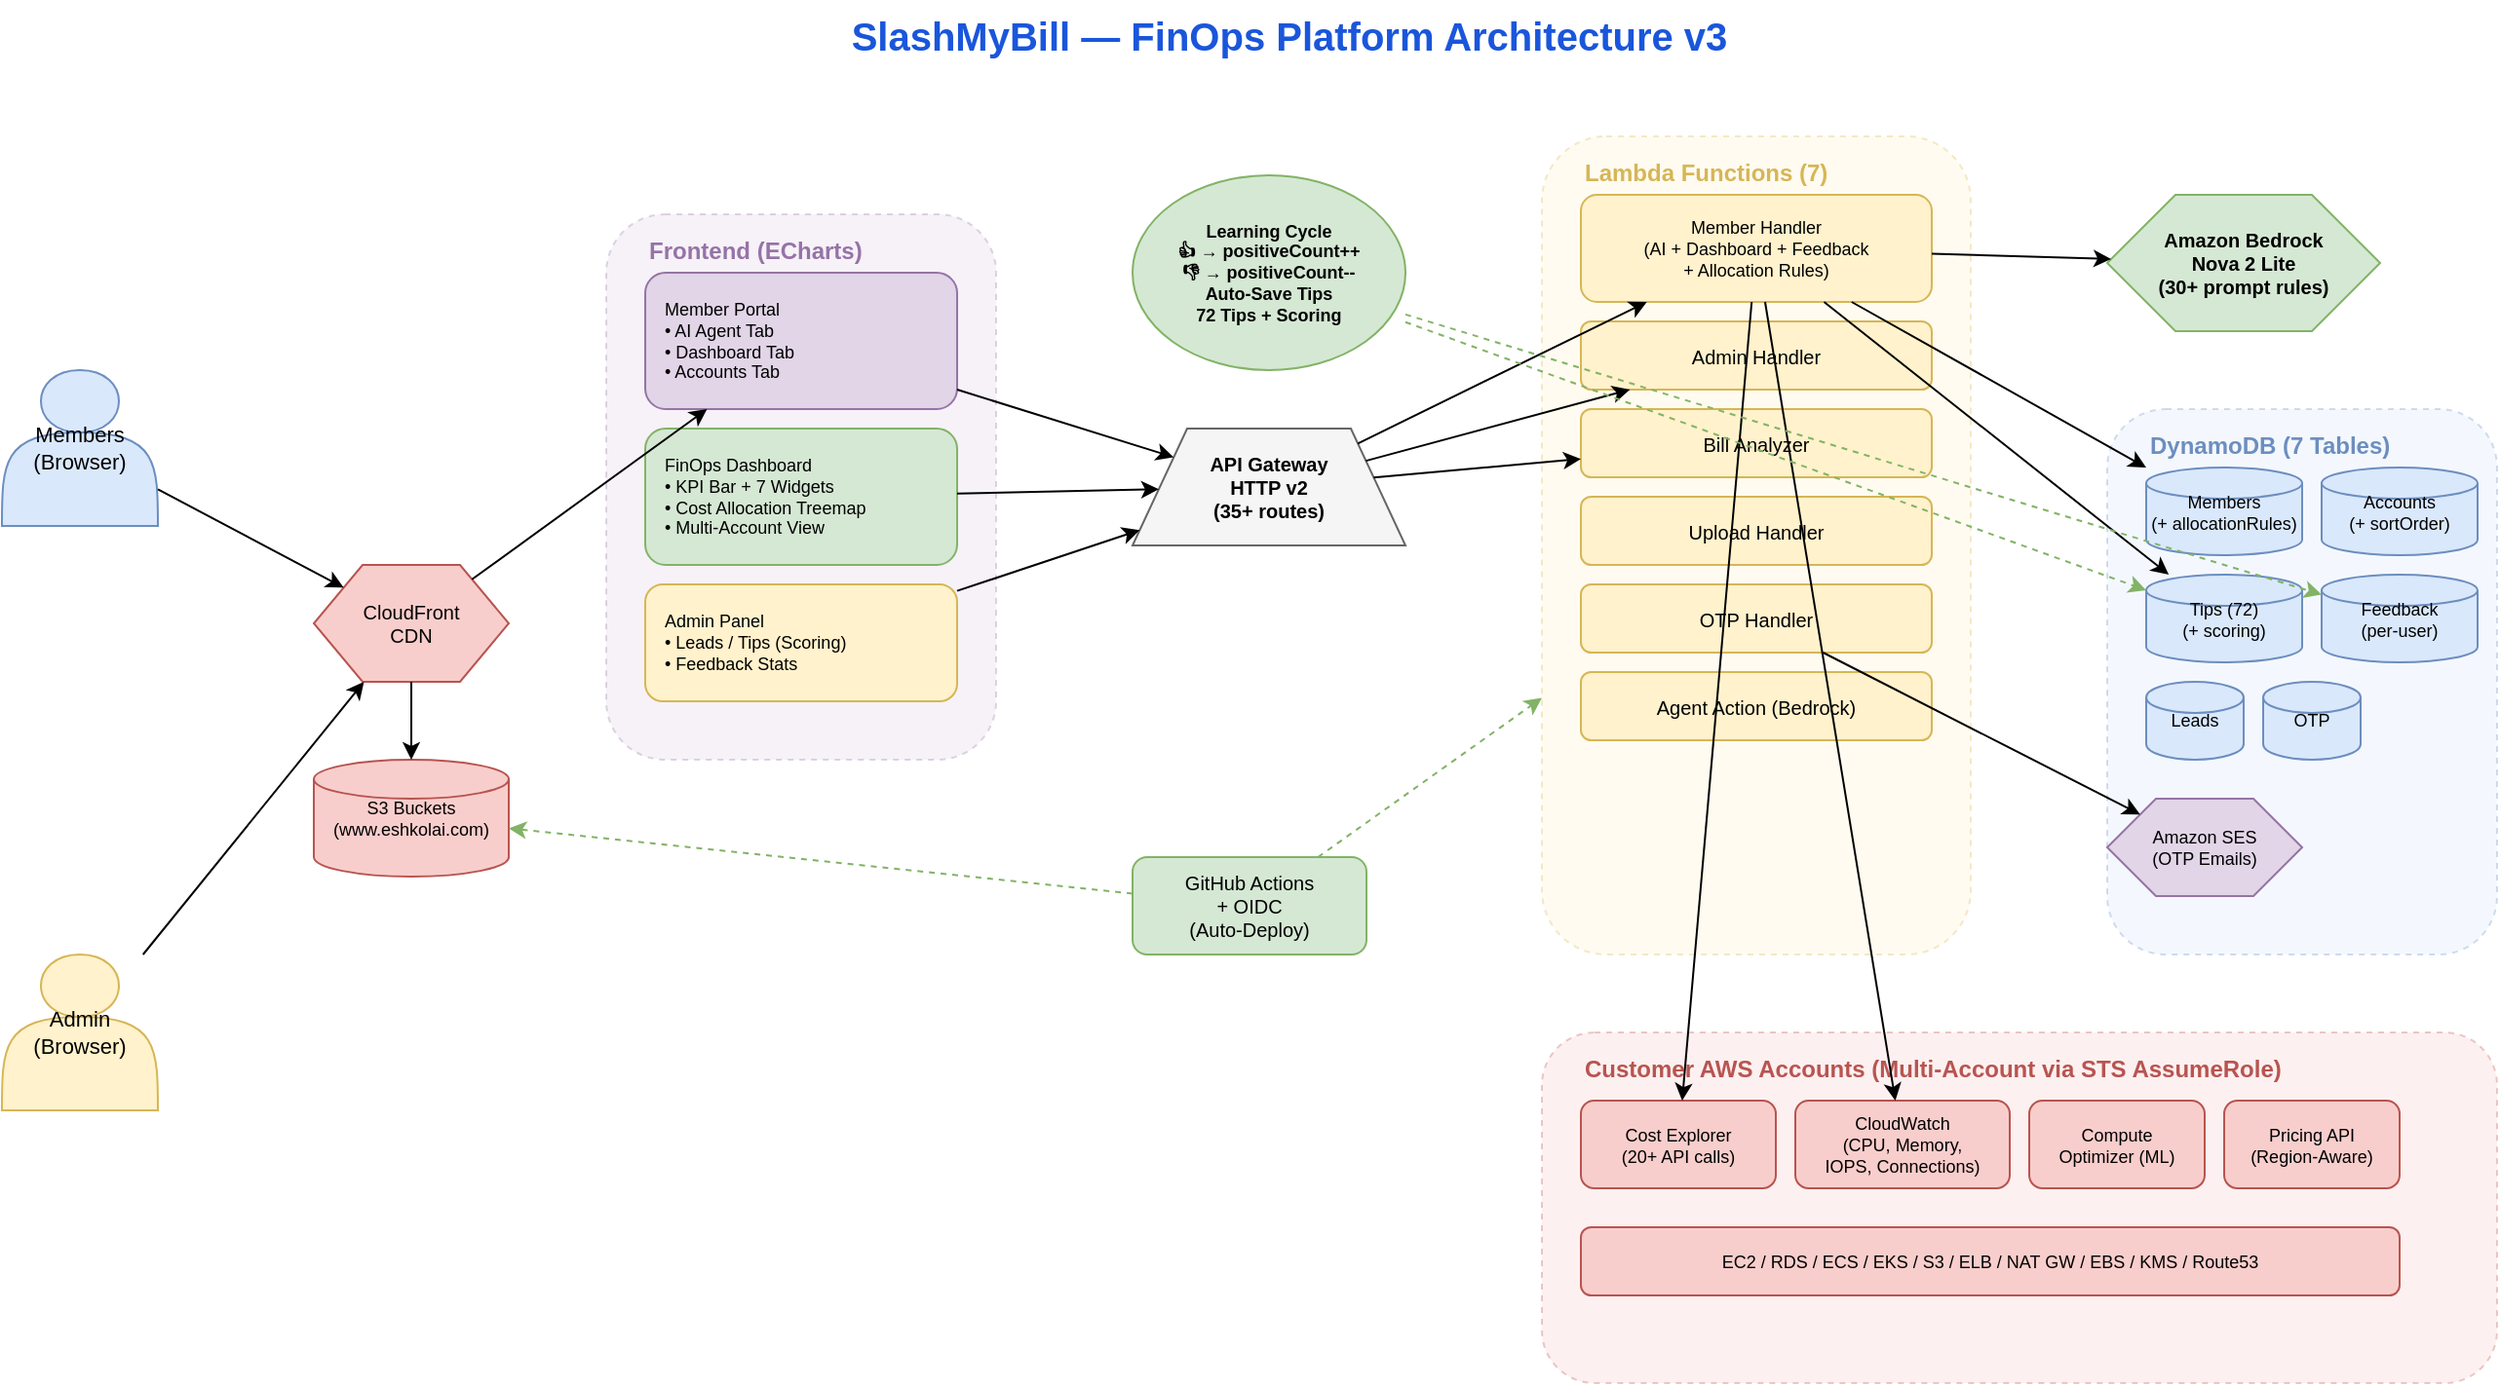
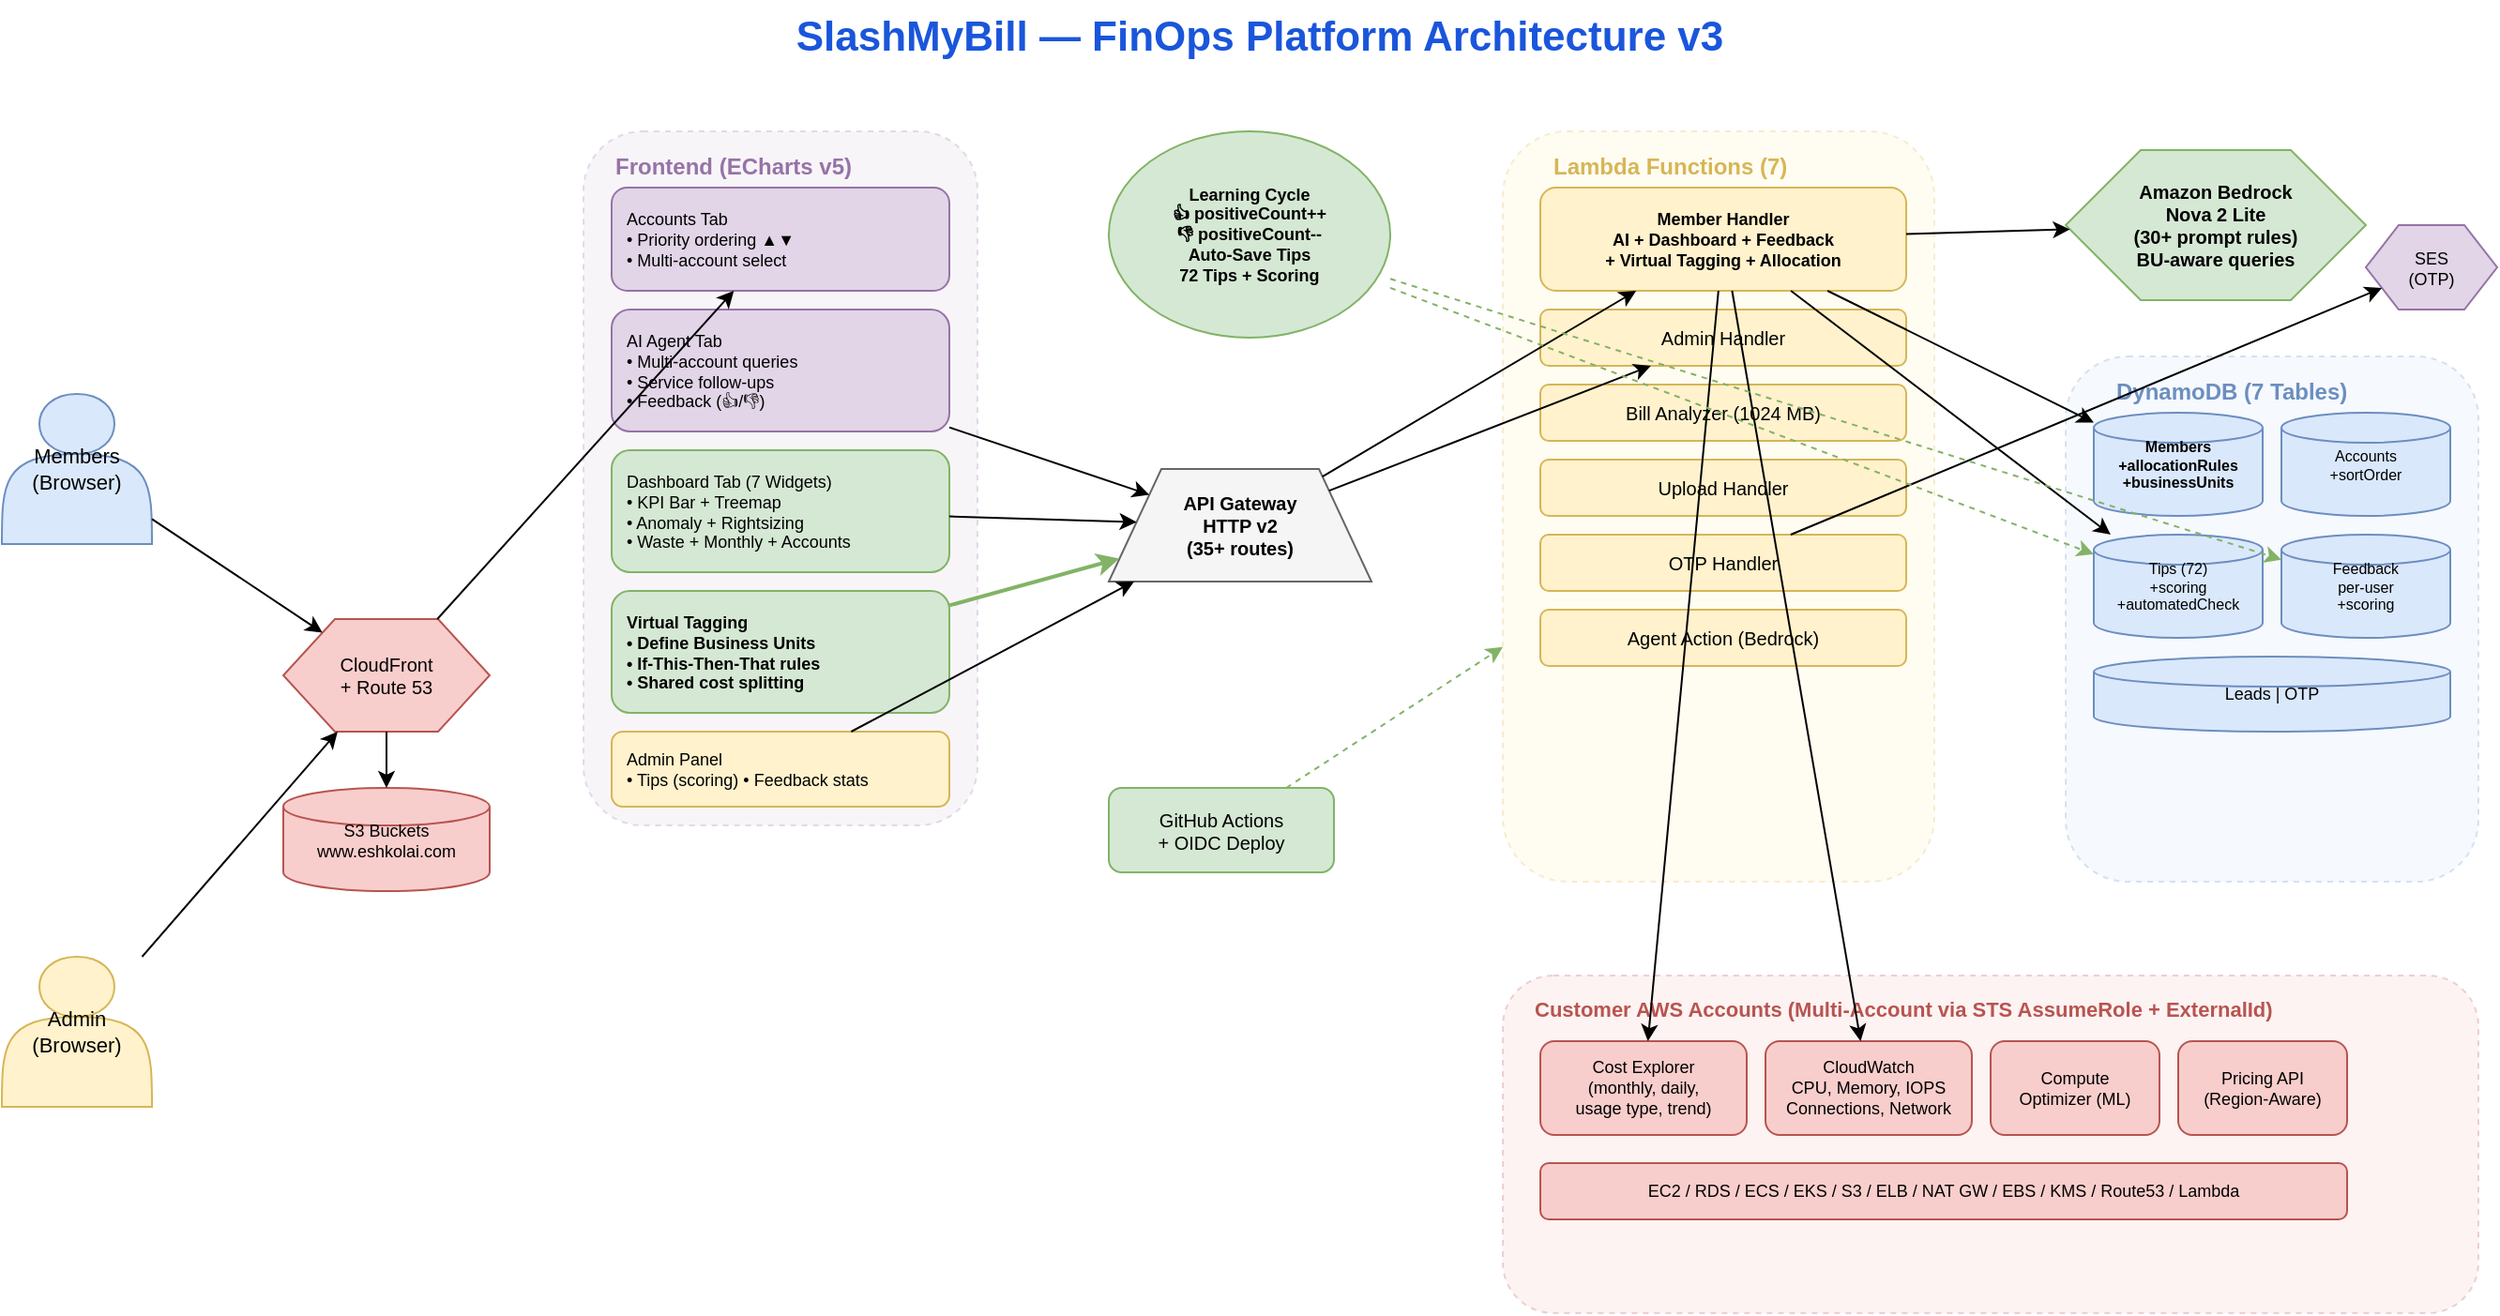
<?xml version="1.0" encoding="UTF-8"?>
<mxfile host="app.diagrams.net" modified="2026-04-08" agent="SlashMyBill" version="24.0">
  <diagram id="slashmybill-v3" name="SlashMyBill Architecture v3">
-     <mxGraphModel dx="1422" dy="762" grid="1" gridSize="10" guides="1" tooltips="1" connect="1" arrows="1" fold="1" page="1" pageScale="1" pageWidth="1600" pageHeight="1200" math="0" shadow="0">
+     <mxGraphModel dx="1500" dy="900" grid="1" gridSize="10" guides="1" tooltips="1" connect="1" arrows="1" fold="1" page="1" pageScale="1" pageWidth="1700" pageHeight="1300" math="0" shadow="0">
      <root>
        <mxCell id="0"/>
        <mxCell id="1" parent="0"/>
- 
-         <!-- Title -->
-         <mxCell id="title" value="SlashMyBill — FinOps Platform Architecture v3" style="text;html=1;fontSize=20;fontStyle=1;align=center;fillColor=none;strokeColor=none;fontColor=#1a56db;" vertex="1" parent="1">
-           <mxGeometry x="400" y="10" width="600" height="40" as="geometry"/>
+         <mxCell id="title" value="SlashMyBill — FinOps Platform Architecture v3" style="text;html=1;fontSize=22;fontStyle=1;align=center;fillColor=none;strokeColor=none;fontColor=#1a56db;" vertex="1" parent="1">
+           <mxGeometry x="350" y="10" width="700" height="40" as="geometry"/>
        </mxCell>

        <!-- Users -->
        <mxCell id="user" value="Members&#xa;(Browser)" style="shape=actor;whiteSpace=wrap;html=1;fillColor=#dae8fc;strokeColor=#6c8ebf;fontSize=11;" vertex="1" parent="1">
-           <mxGeometry x="40" y="200" width="80" height="80" as="geometry"/>
+           <mxGeometry x="30" y="220" width="80" height="80" as="geometry"/>
        </mxCell>
        <mxCell id="admin" value="Admin&#xa;(Browser)" style="shape=actor;whiteSpace=wrap;html=1;fillColor=#fff2cc;strokeColor=#d6b656;fontSize=11;" vertex="1" parent="1">
-           <mxGeometry x="40" y="500" width="80" height="80" as="geometry"/>
+           <mxGeometry x="30" y="520" width="80" height="80" as="geometry"/>
        </mxCell>

-         <!-- CloudFront + S3 -->
-         <mxCell id="cf" value="CloudFront&#xa;CDN" style="shape=hexagon;perimeter=hexagonPerimeter2;whiteSpace=wrap;html=1;fillColor=#f8cecc;strokeColor=#b85450;fontSize=10;" vertex="1" parent="1">
-           <mxGeometry x="200" y="300" width="100" height="60" as="geometry"/>
+         <!-- CloudFront -->
+         <mxCell id="cf" value="CloudFront&#xa;+ Route 53" style="shape=hexagon;perimeter=hexagonPerimeter2;whiteSpace=wrap;html=1;fillColor=#f8cecc;strokeColor=#b85450;fontSize=10;" vertex="1" parent="1">
+           <mxGeometry x="180" y="340" width="110" height="60" as="geometry"/>
        </mxCell>
-         <mxCell id="s3web" value="S3 Buckets&#xa;(www.eshkolai.com)" style="shape=cylinder3;whiteSpace=wrap;html=1;fillColor=#f8cecc;strokeColor=#b85450;fontSize=9;size=10;" vertex="1" parent="1">
-           <mxGeometry x="200" y="400" width="100" height="60" as="geometry"/>
+         <mxCell id="s3web" value="S3 Buckets&#xa;www.eshkolai.com" style="shape=cylinder3;whiteSpace=wrap;html=1;fillColor=#f8cecc;strokeColor=#b85450;fontSize=9;size=10;" vertex="1" parent="1">
+           <mxGeometry x="180" y="430" width="110" height="55" as="geometry"/>
        </mxCell>

-         <!-- Frontend Apps -->
-         <mxCell id="fe_group" value="" style="rounded=1;whiteSpace=wrap;html=1;fillColor=#e1d5e7;strokeColor=#9673a6;dashed=1;opacity=30;" vertex="1" parent="1">
-           <mxGeometry x="350" y="120" width="200" height="280" as="geometry"/>
+         <!-- Frontend -->
+         <mxCell id="fe_box" value="" style="rounded=1;whiteSpace=wrap;html=1;fillColor=#e1d5e7;strokeColor=#9673a6;dashed=1;opacity=25;" vertex="1" parent="1">
+           <mxGeometry x="340" y="80" width="210" height="370" as="geometry"/>
        </mxCell>
-         <mxCell id="fe_label" value="Frontend (ECharts)" style="text;html=1;fontSize=12;fontStyle=1;fillColor=none;strokeColor=none;fontColor=#9673a6;" vertex="1" parent="1">
-           <mxGeometry x="370" y="125" width="160" height="20" as="geometry"/>
+         <mxCell id="fe_lbl" value="Frontend (ECharts v5)" style="text;html=1;fontSize=12;fontStyle=1;fillColor=none;strokeColor=none;fontColor=#9673a6;" vertex="1" parent="1">
+           <mxGeometry x="355" y="85" width="180" height="20" as="geometry"/>
        </mxCell>
-         <mxCell id="fe_member" value="Member Portal&#xa;• AI Agent Tab&#xa;• Dashboard Tab&#xa;• Accounts Tab" style="rounded=1;whiteSpace=wrap;html=1;fillColor=#e1d5e7;strokeColor=#9673a6;fontSize=9;align=left;spacingLeft=8;" vertex="1" parent="1">
-           <mxGeometry x="370" y="150" width="160" height="70" as="geometry"/>
+         <mxCell id="fe_acct" value="Accounts Tab&#xa;• Priority ordering ▲▼&#xa;• Multi-account select" style="rounded=1;whiteSpace=wrap;html=1;fillColor=#e1d5e7;strokeColor=#9673a6;fontSize=9;align=left;spacingLeft=6;" vertex="1" parent="1">
+           <mxGeometry x="355" y="110" width="180" height="55" as="geometry"/>
        </mxCell>
-         <mxCell id="fe_dash" value="FinOps Dashboard&#xa;• KPI Bar + 7 Widgets&#xa;• Cost Allocation Treemap&#xa;• Multi-Account View" style="rounded=1;whiteSpace=wrap;html=1;fillColor=#d5e8d4;strokeColor=#82b366;fontSize=9;align=left;spacingLeft=8;" vertex="1" parent="1">
-           <mxGeometry x="370" y="230" width="160" height="70" as="geometry"/>
+         <mxCell id="fe_ai" value="AI Agent Tab&#xa;• Multi-account queries&#xa;• Service follow-ups&#xa;• Feedback (👍/👎)" style="rounded=1;whiteSpace=wrap;html=1;fillColor=#e1d5e7;strokeColor=#9673a6;fontSize=9;align=left;spacingLeft=6;" vertex="1" parent="1">
+           <mxGeometry x="355" y="175" width="180" height="65" as="geometry"/>
        </mxCell>
-         <mxCell id="fe_admin" value="Admin Panel&#xa;• Leads / Tips (Scoring)&#xa;• Feedback Stats" style="rounded=1;whiteSpace=wrap;html=1;fillColor=#fff2cc;strokeColor=#d6b656;fontSize=9;align=left;spacingLeft=8;" vertex="1" parent="1">
-           <mxGeometry x="370" y="310" width="160" height="60" as="geometry"/>
+         <mxCell id="fe_dash" value="Dashboard Tab (7 Widgets)&#xa;• KPI Bar + Treemap&#xa;• Anomaly + Rightsizing&#xa;• Waste + Monthly + Accounts" style="rounded=1;whiteSpace=wrap;html=1;fillColor=#d5e8d4;strokeColor=#82b366;fontSize=9;align=left;spacingLeft=6;" vertex="1" parent="1">
+           <mxGeometry x="355" y="250" width="180" height="65" as="geometry"/>
+         </mxCell>
+         <mxCell id="fe_vtag" value="Virtual Tagging&#xa;• Define Business Units&#xa;• If-This-Then-That rules&#xa;• Shared cost splitting" style="rounded=1;whiteSpace=wrap;html=1;fillColor=#d5e8d4;strokeColor=#82b366;fontSize=9;align=left;spacingLeft=6;fontStyle=1;" vertex="1" parent="1">
+           <mxGeometry x="355" y="325" width="180" height="65" as="geometry"/>
+         </mxCell>
+         <mxCell id="fe_admin" value="Admin Panel&#xa;• Tips (scoring) • Feedback stats" style="rounded=1;whiteSpace=wrap;html=1;fillColor=#fff2cc;strokeColor=#d6b656;fontSize=9;align=left;spacingLeft=6;" vertex="1" parent="1">
+           <mxGeometry x="355" y="400" width="180" height="40" as="geometry"/>
        </mxCell>

        <!-- API Gateway -->
        <mxCell id="apigw" value="API Gateway&#xa;HTTP v2&#xa;(35+ routes)" style="shape=trapezoid;perimeter=trapezoidPerimeter;whiteSpace=wrap;html=1;fillColor=#f5f5f5;strokeColor=#666666;fontSize=10;fontStyle=1;" vertex="1" parent="1">
-           <mxGeometry x="620" y="230" width="140" height="60" as="geometry"/>
+           <mxGeometry x="620" y="260" width="140" height="60" as="geometry"/>
        </mxCell>

-         <!-- Lambda Functions -->
-         <mxCell id="lam_group" value="" style="rounded=1;whiteSpace=wrap;html=1;fillColor=#fff2cc;strokeColor=#d6b656;dashed=1;opacity=30;" vertex="1" parent="1">
-           <mxGeometry x="830" y="80" width="220" height="420" as="geometry"/>
+         <!-- Lambda -->
+         <mxCell id="lam_box" value="" style="rounded=1;whiteSpace=wrap;html=1;fillColor=#fff2cc;strokeColor=#d6b656;dashed=1;opacity=25;" vertex="1" parent="1">
+           <mxGeometry x="830" y="80" width="230" height="400" as="geometry"/>
        </mxCell>
-         <mxCell id="lam_label" value="Lambda Functions (7)" style="text;html=1;fontSize=12;fontStyle=1;fillColor=none;strokeColor=none;fontColor=#d6b656;" vertex="1" parent="1">
-           <mxGeometry x="850" y="85" width="180" height="20" as="geometry"/>
+         <mxCell id="lam_lbl" value="Lambda Functions (7)" style="text;html=1;fontSize=12;fontStyle=1;fillColor=none;strokeColor=none;fontColor=#d6b656;" vertex="1" parent="1">
+           <mxGeometry x="855" y="85" width="180" height="20" as="geometry"/>
        </mxCell>
-         <mxCell id="lam_member" value="Member Handler&#xa;(AI + Dashboard + Feedback&#xa;+ Allocation Rules)" style="rounded=1;whiteSpace=wrap;html=1;fillColor=#fff2cc;strokeColor=#d6b656;fontSize=9;" vertex="1" parent="1">
-           <mxGeometry x="850" y="110" width="180" height="55" as="geometry"/>
+         <mxCell id="lam_mem" value="Member Handler&#xa;AI + Dashboard + Feedback&#xa;+ Virtual Tagging + Allocation" style="rounded=1;whiteSpace=wrap;html=1;fillColor=#fff2cc;strokeColor=#d6b656;fontSize=9;fontStyle=1;" vertex="1" parent="1">
+           <mxGeometry x="850" y="110" width="195" height="55" as="geometry"/>
        </mxCell>
-         <mxCell id="lam_admin" value="Admin Handler" style="rounded=1;whiteSpace=wrap;html=1;fillColor=#fff2cc;strokeColor=#d6b656;fontSize=10;" vertex="1" parent="1">
-           <mxGeometry x="850" y="175" width="180" height="35" as="geometry"/>
+         <mxCell id="lam_adm" value="Admin Handler" style="rounded=1;whiteSpace=wrap;html=1;fillColor=#fff2cc;strokeColor=#d6b656;fontSize=10;" vertex="1" parent="1">
+           <mxGeometry x="850" y="175" width="195" height="30" as="geometry"/>
        </mxCell>
-         <mxCell id="lam_bill" value="Bill Analyzer" style="rounded=1;whiteSpace=wrap;html=1;fillColor=#fff2cc;strokeColor=#d6b656;fontSize=10;" vertex="1" parent="1">
-           <mxGeometry x="850" y="220" width="180" height="35" as="geometry"/>
+         <mxCell id="lam_bill" value="Bill Analyzer (1024 MB)" style="rounded=1;whiteSpace=wrap;html=1;fillColor=#fff2cc;strokeColor=#d6b656;fontSize=10;" vertex="1" parent="1">
+           <mxGeometry x="850" y="215" width="195" height="30" as="geometry"/>
        </mxCell>
-         <mxCell id="lam_upload" value="Upload Handler" style="rounded=1;whiteSpace=wrap;html=1;fillColor=#fff2cc;strokeColor=#d6b656;fontSize=10;" vertex="1" parent="1">
-           <mxGeometry x="850" y="265" width="180" height="35" as="geometry"/>
+         <mxCell id="lam_upl" value="Upload Handler" style="rounded=1;whiteSpace=wrap;html=1;fillColor=#fff2cc;strokeColor=#d6b656;fontSize=10;" vertex="1" parent="1">
+           <mxGeometry x="850" y="255" width="195" height="30" as="geometry"/>
        </mxCell>
        <mxCell id="lam_otp" value="OTP Handler" style="rounded=1;whiteSpace=wrap;html=1;fillColor=#fff2cc;strokeColor=#d6b656;fontSize=10;" vertex="1" parent="1">
-           <mxGeometry x="850" y="310" width="180" height="35" as="geometry"/>
+           <mxGeometry x="850" y="295" width="195" height="30" as="geometry"/>
        </mxCell>
-         <mxCell id="lam_agent" value="Agent Action (Bedrock)" style="rounded=1;whiteSpace=wrap;html=1;fillColor=#fff2cc;strokeColor=#d6b656;fontSize=10;" vertex="1" parent="1">
-           <mxGeometry x="850" y="355" width="180" height="35" as="geometry"/>
+         <mxCell id="lam_agt" value="Agent Action (Bedrock)" style="rounded=1;whiteSpace=wrap;html=1;fillColor=#fff2cc;strokeColor=#d6b656;fontSize=10;" vertex="1" parent="1">
+           <mxGeometry x="850" y="335" width="195" height="30" as="geometry"/>
        </mxCell>

-         <!-- AI Engine -->
-         <mxCell id="bedrock" value="Amazon Bedrock&#xa;Nova 2 Lite&#xa;(30+ prompt rules)" style="shape=hexagon;perimeter=hexagonPerimeter2;whiteSpace=wrap;html=1;fillColor=#d5e8d4;strokeColor=#82b366;fontSize=10;fontStyle=1;" vertex="1" parent="1">
-           <mxGeometry x="1120" y="110" width="140" height="70" as="geometry"/>
+         <!-- Bedrock -->
+         <mxCell id="bedrock" value="Amazon Bedrock&#xa;Nova 2 Lite&#xa;(30+ prompt rules)&#xa;BU-aware queries" style="shape=hexagon;perimeter=hexagonPerimeter2;whiteSpace=wrap;html=1;fillColor=#d5e8d4;strokeColor=#82b366;fontSize=10;fontStyle=1;" vertex="1" parent="1">
+           <mxGeometry x="1130" y="90" width="160" height="80" as="geometry"/>
        </mxCell>

-         <!-- DynamoDB Tables -->
-         <mxCell id="ddb_group" value="" style="rounded=1;whiteSpace=wrap;html=1;fillColor=#dae8fc;strokeColor=#6c8ebf;dashed=1;opacity=30;" vertex="1" parent="1">
-           <mxGeometry x="1120" y="220" width="200" height="280" as="geometry"/>
+         <!-- DynamoDB -->
+         <mxCell id="ddb_box" value="" style="rounded=1;whiteSpace=wrap;html=1;fillColor=#dae8fc;strokeColor=#6c8ebf;dashed=1;opacity=25;" vertex="1" parent="1">
+           <mxGeometry x="1130" y="200" width="220" height="280" as="geometry"/>
        </mxCell>
-         <mxCell id="ddb_label" value="DynamoDB (7 Tables)" style="text;html=1;fontSize=12;fontStyle=1;fillColor=none;strokeColor=none;fontColor=#6c8ebf;" vertex="1" parent="1">
-           <mxGeometry x="1140" y="225" width="160" height="20" as="geometry"/>
+         <mxCell id="ddb_lbl" value="DynamoDB (7 Tables)" style="text;html=1;fontSize=12;fontStyle=1;fillColor=none;strokeColor=none;fontColor=#6c8ebf;" vertex="1" parent="1">
+           <mxGeometry x="1155" y="205" width="170" height="20" as="geometry"/>
        </mxCell>
-         <mxCell id="ddb_members" value="Members&#xa;(+ allocationRules)" style="shape=cylinder3;whiteSpace=wrap;html=1;fillColor=#dae8fc;strokeColor=#6c8ebf;fontSize=9;size=8;" vertex="1" parent="1">
-           <mxGeometry x="1140" y="250" width="80" height="45" as="geometry"/>
+         <mxCell id="ddb_mem" value="Members&#xa;+allocationRules&#xa;+businessUnits" style="shape=cylinder3;whiteSpace=wrap;html=1;fillColor=#dae8fc;strokeColor=#6c8ebf;fontSize=8;size=8;fontStyle=1;" vertex="1" parent="1">
+           <mxGeometry x="1145" y="230" width="90" height="55" as="geometry"/>
        </mxCell>
-         <mxCell id="ddb_accounts" value="Accounts&#xa;(+ sortOrder)" style="shape=cylinder3;whiteSpace=wrap;html=1;fillColor=#dae8fc;strokeColor=#6c8ebf;fontSize=9;size=8;" vertex="1" parent="1">
-           <mxGeometry x="1230" y="250" width="80" height="45" as="geometry"/>
+         <mxCell id="ddb_acc" value="Accounts&#xa;+sortOrder" style="shape=cylinder3;whiteSpace=wrap;html=1;fillColor=#dae8fc;strokeColor=#6c8ebf;fontSize=8;size=8;" vertex="1" parent="1">
+           <mxGeometry x="1245" y="230" width="90" height="55" as="geometry"/>
        </mxCell>
-         <mxCell id="ddb_tips" value="Tips (72)&#xa;(+ scoring)" style="shape=cylinder3;whiteSpace=wrap;html=1;fillColor=#dae8fc;strokeColor=#6c8ebf;fontSize=9;size=8;" vertex="1" parent="1">
-           <mxGeometry x="1140" y="305" width="80" height="45" as="geometry"/>
+         <mxCell id="ddb_tip" value="Tips (72)&#xa;+scoring&#xa;+automatedCheck" style="shape=cylinder3;whiteSpace=wrap;html=1;fillColor=#dae8fc;strokeColor=#6c8ebf;fontSize=8;size=8;" vertex="1" parent="1">
+           <mxGeometry x="1145" y="295" width="90" height="55" as="geometry"/>
        </mxCell>
-         <mxCell id="ddb_feedback" value="Feedback&#xa;(per-user)" style="shape=cylinder3;whiteSpace=wrap;html=1;fillColor=#dae8fc;strokeColor=#6c8ebf;fontSize=9;size=8;" vertex="1" parent="1">
-           <mxGeometry x="1230" y="305" width="80" height="45" as="geometry"/>
+         <mxCell id="ddb_fb" value="Feedback&#xa;per-user&#xa;+scoring" style="shape=cylinder3;whiteSpace=wrap;html=1;fillColor=#dae8fc;strokeColor=#6c8ebf;fontSize=8;size=8;" vertex="1" parent="1">
+           <mxGeometry x="1245" y="295" width="90" height="55" as="geometry"/>
        </mxCell>
-         <mxCell id="ddb_leads" value="Leads" style="shape=cylinder3;whiteSpace=wrap;html=1;fillColor=#dae8fc;strokeColor=#6c8ebf;fontSize=9;size=8;" vertex="1" parent="1">
-           <mxGeometry x="1140" y="360" width="50" height="40" as="geometry"/>
-         </mxCell>
-         <mxCell id="ddb_otp" value="OTP" style="shape=cylinder3;whiteSpace=wrap;html=1;fillColor=#dae8fc;strokeColor=#6c8ebf;fontSize=9;size=8;" vertex="1" parent="1">
-           <mxGeometry x="1200" y="360" width="50" height="40" as="geometry"/>
+         <mxCell id="ddb_oth" value="Leads | OTP" style="shape=cylinder3;whiteSpace=wrap;html=1;fillColor=#dae8fc;strokeColor=#6c8ebf;fontSize=9;size=8;" vertex="1" parent="1">
+           <mxGeometry x="1145" y="360" width="190" height="40" as="geometry"/>
        </mxCell>

-         <!-- Customer AWS Accounts -->
-         <mxCell id="cust_group" value="" style="rounded=1;whiteSpace=wrap;html=1;fillColor=#f8cecc;strokeColor=#b85450;dashed=1;opacity=30;" vertex="1" parent="1">
-           <mxGeometry x="830" y="540" width="490" height="180" as="geometry"/>
+         <!-- Customer AWS -->
+         <mxCell id="cust_box" value="" style="rounded=1;whiteSpace=wrap;html=1;fillColor=#f8cecc;strokeColor=#b85450;dashed=1;opacity=25;" vertex="1" parent="1">
+           <mxGeometry x="830" y="530" width="520" height="180" as="geometry"/>
        </mxCell>
-         <mxCell id="cust_label" value="Customer AWS Accounts (Multi-Account via STS AssumeRole)" style="text;html=1;fontSize=12;fontStyle=1;fillColor=none;strokeColor=none;fontColor=#b85450;" vertex="1" parent="1">
-           <mxGeometry x="850" y="545" width="450" height="20" as="geometry"/>
+         <mxCell id="cust_lbl" value="Customer AWS Accounts (Multi-Account via STS AssumeRole + ExternalId)" style="text;html=1;fontSize=11;fontStyle=1;fillColor=none;strokeColor=none;fontColor=#b85450;" vertex="1" parent="1">
+           <mxGeometry x="845" y="535" width="490" height="20" as="geometry"/>
        </mxCell>
-         <mxCell id="cust_ce" value="Cost Explorer&#xa;(20+ API calls)" style="rounded=1;whiteSpace=wrap;html=1;fillColor=#f8cecc;strokeColor=#b85450;fontSize=9;" vertex="1" parent="1">
-           <mxGeometry x="850" y="575" width="100" height="45" as="geometry"/>
+         <mxCell id="cust_ce" value="Cost Explorer&#xa;(monthly, daily,&#xa;usage type, trend)" style="rounded=1;whiteSpace=wrap;html=1;fillColor=#f8cecc;strokeColor=#b85450;fontSize=9;" vertex="1" parent="1">
+           <mxGeometry x="850" y="565" width="110" height="50" as="geometry"/>
        </mxCell>
-         <mxCell id="cust_cw" value="CloudWatch&#xa;(CPU, Memory,&#xa;IOPS, Connections)" style="rounded=1;whiteSpace=wrap;html=1;fillColor=#f8cecc;strokeColor=#b85450;fontSize=9;" vertex="1" parent="1">
-           <mxGeometry x="960" y="575" width="110" height="45" as="geometry"/>
+         <mxCell id="cust_cw" value="CloudWatch&#xa;CPU, Memory, IOPS&#xa;Connections, Network" style="rounded=1;whiteSpace=wrap;html=1;fillColor=#f8cecc;strokeColor=#b85450;fontSize=9;" vertex="1" parent="1">
+           <mxGeometry x="970" y="565" width="110" height="50" as="geometry"/>
        </mxCell>
        <mxCell id="cust_co" value="Compute&#xa;Optimizer (ML)" style="rounded=1;whiteSpace=wrap;html=1;fillColor=#f8cecc;strokeColor=#b85450;fontSize=9;" vertex="1" parent="1">
-           <mxGeometry x="1080" y="575" width="90" height="45" as="geometry"/>
+           <mxGeometry x="1090" y="565" width="90" height="50" as="geometry"/>
        </mxCell>
-         <mxCell id="cust_pricing" value="Pricing API&#xa;(Region-Aware)" style="rounded=1;whiteSpace=wrap;html=1;fillColor=#f8cecc;strokeColor=#b85450;fontSize=9;" vertex="1" parent="1">
-           <mxGeometry x="1180" y="575" width="90" height="45" as="geometry"/>
+         <mxCell id="cust_pr" value="Pricing API&#xa;(Region-Aware)" style="rounded=1;whiteSpace=wrap;html=1;fillColor=#f8cecc;strokeColor=#b85450;fontSize=9;" vertex="1" parent="1">
+           <mxGeometry x="1190" y="565" width="90" height="50" as="geometry"/>
        </mxCell>
-         <mxCell id="cust_ec2" value="EC2 / RDS / ECS / EKS / S3 / ELB / NAT GW / EBS / KMS / Route53" style="rounded=1;whiteSpace=wrap;html=1;fillColor=#f8cecc;strokeColor=#b85450;fontSize=9;" vertex="1" parent="1">
-           <mxGeometry x="850" y="640" width="420" height="35" as="geometry"/>
+         <mxCell id="cust_svc" value="EC2 / RDS / ECS / EKS / S3 / ELB / NAT GW / EBS / KMS / Route53 / Lambda" style="rounded=1;whiteSpace=wrap;html=1;fillColor=#f8cecc;strokeColor=#b85450;fontSize=9;" vertex="1" parent="1">
+           <mxGeometry x="850" y="630" width="430" height="30" as="geometry"/>
        </mxCell>

        <!-- SES -->
-         <mxCell id="ses" value="Amazon SES&#xa;(OTP Emails)" style="shape=hexagon;perimeter=hexagonPerimeter2;whiteSpace=wrap;html=1;fillColor=#e1d5e7;strokeColor=#9673a6;fontSize=9;" vertex="1" parent="1">
-           <mxGeometry x="1120" y="420" width="100" height="50" as="geometry"/>
+         <mxCell id="ses" value="SES&#xa;(OTP)" style="shape=hexagon;perimeter=hexagonPerimeter2;whiteSpace=wrap;html=1;fillColor=#e1d5e7;strokeColor=#9673a6;fontSize=9;" vertex="1" parent="1">
+           <mxGeometry x="1290" y="130" width="70" height="45" as="geometry"/>
+         </mxCell>
+ 
+         <!-- Learning Cycle -->
+         <mxCell id="learn" value="Learning Cycle&#xa;👍 positiveCount++&#xa;👎 positiveCount--&#xa;Auto-Save Tips&#xa;72 Tips + Scoring" style="shape=ellipse;whiteSpace=wrap;html=1;fillColor=#d5e8d4;strokeColor=#82b366;fontSize=9;fontStyle=1;" vertex="1" parent="1">
+           <mxGeometry x="620" y="80" width="150" height="110" as="geometry"/>
        </mxCell>

        <!-- CI/CD -->
-         <mxCell id="cicd" value="GitHub Actions&#xa;+ OIDC&#xa;(Auto-Deploy)" style="rounded=1;whiteSpace=wrap;html=1;fillColor=#d5e8d4;strokeColor=#82b366;fontSize=10;" vertex="1" parent="1">
-           <mxGeometry x="620" y="450" width="120" height="50" as="geometry"/>
-         </mxCell>
- 
-         <!-- Learning Cycle -->
-         <mxCell id="learning" value="Learning Cycle&#xa;👍 → positiveCount++&#xa;👎 → positiveCount--&#xa;Auto-Save Tips&#xa;72 Tips + Scoring" style="shape=ellipse;whiteSpace=wrap;html=1;fillColor=#d5e8d4;strokeColor=#82b366;fontSize=9;fontStyle=1;" vertex="1" parent="1">
-           <mxGeometry x="620" y="100" width="140" height="100" as="geometry"/>
+         <mxCell id="cicd" value="GitHub Actions&#xa;+ OIDC Deploy" style="rounded=1;whiteSpace=wrap;html=1;fillColor=#d5e8d4;strokeColor=#82b366;fontSize=10;" vertex="1" parent="1">
+           <mxGeometry x="620" y="430" width="120" height="45" as="geometry"/>
        </mxCell>

        <!-- Arrows -->
        <mxCell id="e1" edge="1" source="user" target="cf" parent="1"><mxGeometry relative="1" as="geometry"/></mxCell>
        <mxCell id="e2" edge="1" source="admin" target="cf" parent="1"><mxGeometry relative="1" as="geometry"/></mxCell>
        <mxCell id="e3" edge="1" source="cf" target="s3web" parent="1"><mxGeometry relative="1" as="geometry"/></mxCell>
-         <mxCell id="e4" edge="1" source="cf" target="fe_member" parent="1"><mxGeometry relative="1" as="geometry"/></mxCell>
-         <mxCell id="e5" edge="1" source="fe_member" target="apigw" parent="1"><mxGeometry relative="1" as="geometry"/></mxCell>
+         <mxCell id="e4" edge="1" source="cf" target="fe_acct" parent="1"><mxGeometry relative="1" as="geometry"/></mxCell>
+         <mxCell id="e5" edge="1" source="fe_ai" target="apigw" parent="1"><mxGeometry relative="1" as="geometry"/></mxCell>
        <mxCell id="e6" edge="1" source="fe_dash" target="apigw" parent="1"><mxGeometry relative="1" as="geometry"/></mxCell>
-         <mxCell id="e7" edge="1" source="fe_admin" target="apigw" parent="1"><mxGeometry relative="1" as="geometry"/></mxCell>
-         <mxCell id="e8" edge="1" source="apigw" target="lam_member" parent="1"><mxGeometry relative="1" as="geometry"/></mxCell>
-         <mxCell id="e9" edge="1" source="apigw" target="lam_admin" parent="1"><mxGeometry relative="1" as="geometry"/></mxCell>
-         <mxCell id="e10" edge="1" source="apigw" target="lam_bill" parent="1"><mxGeometry relative="1" as="geometry"/></mxCell>
-         <mxCell id="e11" edge="1" source="lam_member" target="bedrock" parent="1"><mxGeometry relative="1" as="geometry"/></mxCell>
-         <mxCell id="e12" edge="1" source="lam_member" target="ddb_members" parent="1"><mxGeometry relative="1" as="geometry"/></mxCell>
-         <mxCell id="e13" edge="1" source="lam_member" target="ddb_tips" parent="1"><mxGeometry relative="1" as="geometry"/></mxCell>
-         <mxCell id="e14" edge="1" source="lam_member" target="cust_ce" parent="1"><mxGeometry relative="1" as="geometry"/></mxCell>
-         <mxCell id="e15" edge="1" source="lam_member" target="cust_cw" parent="1"><mxGeometry relative="1" as="geometry"/></mxCell>
+         <mxCell id="e7" edge="1" source="fe_vtag" target="apigw" parent="1" style="strokeColor=#82b366;strokeWidth=2;"><mxGeometry relative="1" as="geometry"/></mxCell>
+         <mxCell id="e8" edge="1" source="fe_admin" target="apigw" parent="1"><mxGeometry relative="1" as="geometry"/></mxCell>
+         <mxCell id="e9" edge="1" source="apigw" target="lam_mem" parent="1"><mxGeometry relative="1" as="geometry"/></mxCell>
+         <mxCell id="e10" edge="1" source="apigw" target="lam_adm" parent="1"><mxGeometry relative="1" as="geometry"/></mxCell>
+         <mxCell id="e11" edge="1" source="lam_mem" target="bedrock" parent="1"><mxGeometry relative="1" as="geometry"/></mxCell>
+         <mxCell id="e12" edge="1" source="lam_mem" target="ddb_mem" parent="1"><mxGeometry relative="1" as="geometry"/></mxCell>
+         <mxCell id="e13" edge="1" source="lam_mem" target="ddb_tip" parent="1"><mxGeometry relative="1" as="geometry"/></mxCell>
+         <mxCell id="e14" edge="1" source="lam_mem" target="cust_ce" parent="1"><mxGeometry relative="1" as="geometry"/></mxCell>
+         <mxCell id="e15" edge="1" source="lam_mem" target="cust_cw" parent="1"><mxGeometry relative="1" as="geometry"/></mxCell>
        <mxCell id="e16" edge="1" source="lam_otp" target="ses" parent="1"><mxGeometry relative="1" as="geometry"/></mxCell>
-         <mxCell id="e17" edge="1" source="learning" target="ddb_tips" parent="1" style="dashed=1;strokeColor=#82b366;"><mxGeometry relative="1" as="geometry"/></mxCell>
-         <mxCell id="e18" edge="1" source="learning" target="ddb_feedback" parent="1" style="dashed=1;strokeColor=#82b366;"><mxGeometry relative="1" as="geometry"/></mxCell>
-         <mxCell id="e19" edge="1" source="cicd" target="lam_group" parent="1" style="dashed=1;strokeColor=#82b366;"><mxGeometry relative="1" as="geometry"/></mxCell>
-         <mxCell id="e20" edge="1" source="cicd" target="s3web" parent="1" style="dashed=1;strokeColor=#82b366;"><mxGeometry relative="1" as="geometry"/></mxCell>
- 
+         <mxCell id="e17" edge="1" source="learn" target="ddb_tip" parent="1" style="dashed=1;strokeColor=#82b366;"><mxGeometry relative="1" as="geometry"/></mxCell>
+         <mxCell id="e18" edge="1" source="learn" target="ddb_fb" parent="1" style="dashed=1;strokeColor=#82b366;"><mxGeometry relative="1" as="geometry"/></mxCell>
+         <mxCell id="e19" edge="1" source="cicd" target="lam_box" parent="1" style="dashed=1;strokeColor=#82b366;"><mxGeometry relative="1" as="geometry"/></mxCell>
      </root>
    </mxGraphModel>
  </diagram>
</mxfile>
